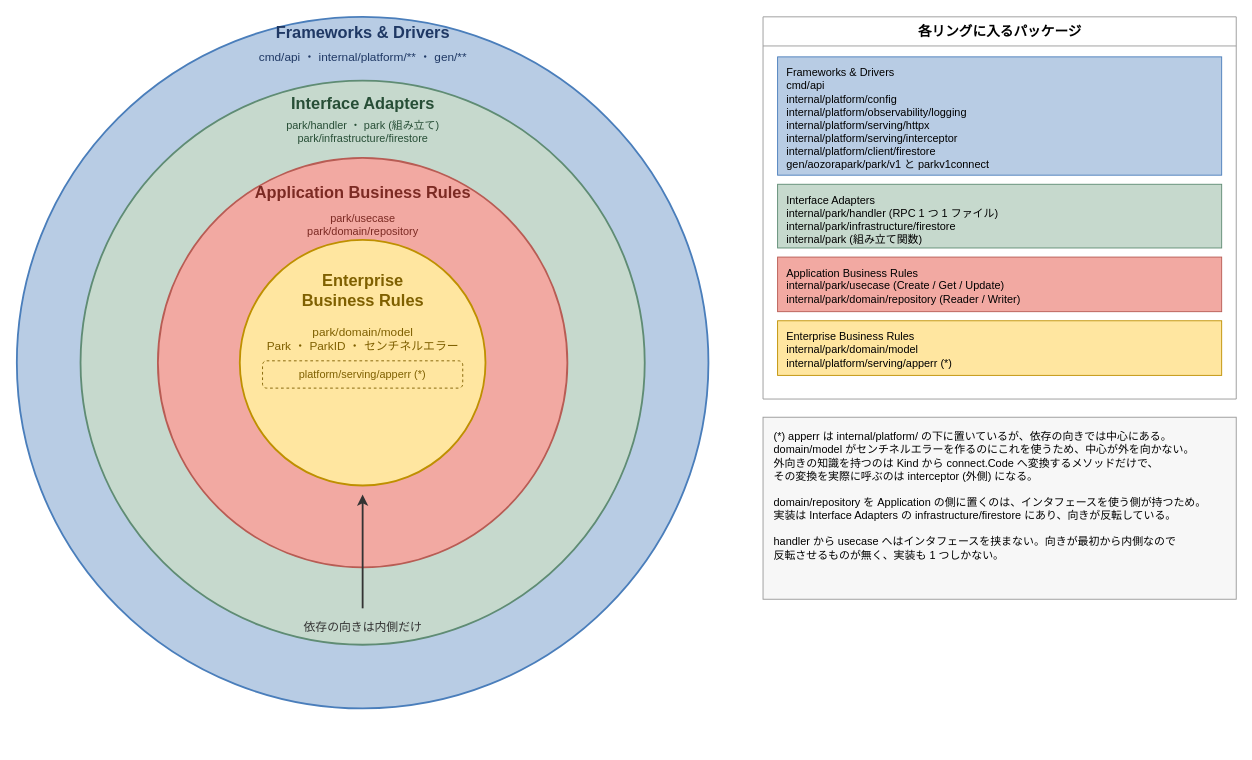
Earlier version of the draw.io diagram docs/backend/packages/images/layers.drawio (tamaco489/aozora-park). Source tidied: cells renumbered, new cells numbered last; positions are measured from the earlier drawing's top-left corner, leaving out a move shared by most shapes. Both pictures are drawn from the tidied source at 91%, with x=0, y=0 at pixel (16, 16).
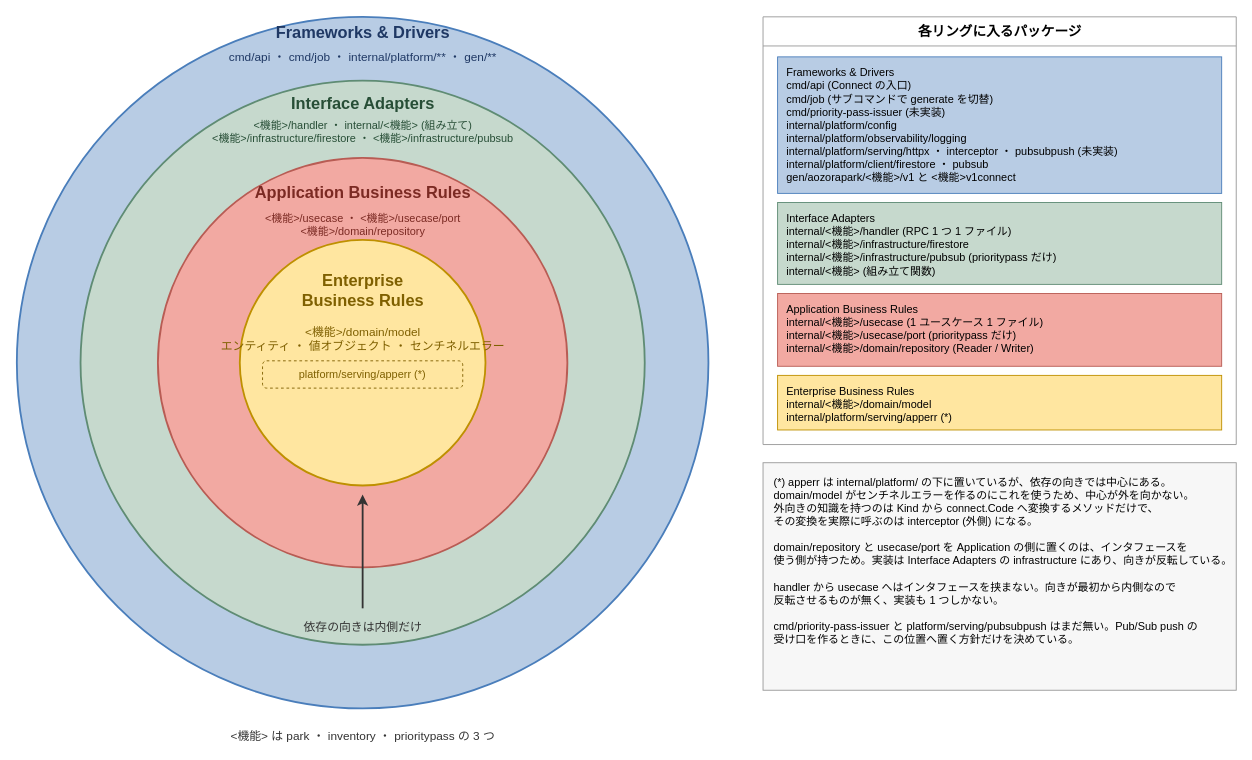
The same diagram, later.

Change to the diagram source:
```diff
@@
-    <mxCell id="7" value="cmd/api ・ internal/platform/** ・ gen/**" style="text;html=1;align=center;verticalAlign=middle;fontSize=13;fontColor=#1f3864;" parent="1" vertex="1">
-      <mxGeometry x="220" y="34" width="320" height="20" as="geometry" />
+    <mxCell id="7" value="cmd/api ・ cmd/job ・ internal/platform/** ・ gen/**" style="text;html=1;align=center;verticalAlign=middle;fontSize=13;fontColor=#1f3864;" parent="1" vertex="1">
+      <mxGeometry x="200" y="34" width="360" height="20" as="geometry" />
     </mxCell>
@@
-    <mxCell id="9" value="park/handler ・ park (組み立て)&#10;park/infrastructure/firestore" style="text;html=1;align=center;verticalAlign=top;fontSize=12;fontColor=#274e36;spacingTop=0;" parent="1" vertex="1">
-      <mxGeometry x="210" y="106" width="340" height="42" as="geometry" />
+    <mxCell id="9" value="&lt;機能&gt;/handler ・ internal/&lt;機能&gt; (組み立て)&#10;&lt;機能&gt;/infrastructure/firestore ・ &lt;機能&gt;/infrastructure/pubsub" style="text;html=1;align=center;verticalAlign=top;fontSize=12;fontColor=#274e36;spacingTop=0;" parent="1" vertex="1">
+      <mxGeometry x="170" y="106" width="420" height="42" as="geometry" />
     </mxCell>
@@
-    <mxCell id="11" value="park/usecase&#10;park/domain/repository" style="text;html=1;align=center;verticalAlign=top;fontSize=12;fontColor=#7b2a23;" parent="1" vertex="1">
+    <mxCell id="11" value="&lt;機能&gt;/usecase ・ &lt;機能&gt;/usecase/port&#10;&lt;機能&gt;/domain/repository" style="text;html=1;align=center;verticalAlign=top;fontSize=12;fontColor=#7b2a23;" parent="1" vertex="1">
       <mxGeometry x="200" y="208" width="360" height="36" as="geometry" />
     </mxCell>
@@
-    <mxCell id="13" value="park/domain/model&#10;Park ・ ParkID ・ センチネルエラー" style="text;html=1;align=center;verticalAlign=top;fontSize=13;fontColor=#7f6000;" parent="1" vertex="1">
-      <mxGeometry x="245" y="332" width="270" height="38" as="geometry" />
+    <mxCell id="13" value="&lt;機能&gt;/domain/model&#10;エンティティ ・ 値オブジェクト ・ センチネルエラー" style="text;html=1;align=center;verticalAlign=top;fontSize=13;fontColor=#7f6000;" parent="1" vertex="1">
+      <mxGeometry x="235" y="332" width="290" height="38" as="geometry" />
     </mxCell>
@@
+    <mxCell id="23" value="&lt;機能&gt; は park ・ inventory ・ prioritypass の 3 つ" style="text;html=1;align=center;verticalAlign=middle;fontSize=13;fontColor=#333333;" parent="1" vertex="1">
+      <mxGeometry x="200" y="780" width="360" height="20" as="geometry" />
+    </mxCell>
     <mxCell id="17" value="各リングに入るパッケージ" style="swimlane;html=1;startSize=32;fillColor=#ffffff;strokeColor=#999999;fontSize=15;fontStyle=1;align=center;" parent="1" vertex="1">
-      <mxGeometry x="820" width="520" height="420" as="geometry" />
+      <mxGeometry x="820" width="520" height="470" as="geometry" />
     </mxCell>
-    <mxCell id="18" value="Frameworks &amp; Drivers&#10;cmd/api&#10;internal/platform/config&#10;internal/platform/observability/logging&#10;internal/platform/serving/httpx&#10;internal/platform/serving/interceptor&#10;internal/platform/client/firestore&#10;gen/aozorapark/park/v1 と parkv1connect" style="text;html=1;align=left;verticalAlign=top;fontSize=12;fillColor=#b8cce4;strokeColor=#4a7ebb;spacingLeft=8;spacingTop=4;" parent="17" vertex="1">
-      <mxGeometry x="16" y="44" width="488" height="130" as="geometry" />
+    <mxCell id="18" value="Frameworks &amp; Drivers&#10;cmd/api (Connect の入口)&#10;cmd/job (サブコマンドで generate を切替)&#10;cmd/priority-pass-issuer (未実装)&#10;internal/platform/config&#10;internal/platform/observability/logging&#10;internal/platform/serving/httpx ・ interceptor ・ pubsubpush (未実装)&#10;internal/platform/client/firestore ・ pubsub&#10;gen/aozorapark/&lt;機能&gt;/v1 と &lt;機能&gt;v1connect" style="text;html=1;align=left;verticalAlign=top;fontSize=12;fillColor=#b8cce4;strokeColor=#4a7ebb;spacingLeft=8;spacingTop=4;" parent="17" vertex="1">
+      <mxGeometry x="16" y="44" width="488" height="150" as="geometry" />
     </mxCell>
-    <mxCell id="19" value="Interface Adapters&#10;internal/park/handler (RPC 1 つ 1 ファイル)&#10;internal/park/infrastructure/firestore&#10;internal/park (組み立て関数)" style="text;html=1;align=left;verticalAlign=top;fontSize=12;fillColor=#c6d9cd;strokeColor=#5f8c74;spacingLeft=8;spacingTop=4;" parent="17" vertex="1">
-      <mxGeometry x="16" y="184" width="488" height="70" as="geometry" />
+    <mxCell id="19" value="Interface Adapters&#10;internal/&lt;機能&gt;/handler (RPC 1 つ 1 ファイル)&#10;internal/&lt;機能&gt;/infrastructure/firestore&#10;internal/&lt;機能&gt;/infrastructure/pubsub (prioritypass だけ)&#10;internal/&lt;機能&gt; (組み立て関数)" style="text;html=1;align=left;verticalAlign=top;fontSize=12;fillColor=#c6d9cd;strokeColor=#5f8c74;spacingLeft=8;spacingTop=4;" parent="17" vertex="1">
+      <mxGeometry x="16" y="204" width="488" height="90" as="geometry" />
     </mxCell>
-    <mxCell id="20" value="Application Business Rules&#10;internal/park/usecase (Create / Get / Update)&#10;internal/park/domain/repository (Reader / Writer)" style="text;html=1;align=left;verticalAlign=top;fontSize=12;fillColor=#f2a9a2;strokeColor=#b85c54;spacingLeft=8;spacingTop=4;" parent="17" vertex="1">
-      <mxGeometry x="16" y="264" width="488" height="60" as="geometry" />
+    <mxCell id="20" value="Application Business Rules&#10;internal/&lt;機能&gt;/usecase (1 ユースケース 1 ファイル)&#10;internal/&lt;機能&gt;/usecase/port (prioritypass だけ)&#10;internal/&lt;機能&gt;/domain/repository (Reader / Writer)" style="text;html=1;align=left;verticalAlign=top;fontSize=12;fillColor=#f2a9a2;strokeColor=#b85c54;spacingLeft=8;spacingTop=4;" parent="17" vertex="1">
+      <mxGeometry x="16" y="304" width="488" height="80" as="geometry" />
     </mxCell>
-    <mxCell id="21" value="Enterprise Business Rules&#10;internal/park/domain/model&#10;internal/platform/serving/apperr (*)" style="text;html=1;align=left;verticalAlign=top;fontSize=12;fillColor=#ffe6a0;strokeColor=#bf9000;spacingLeft=8;spacingTop=4;" parent="17" vertex="1">
-      <mxGeometry x="16" y="334" width="488" height="60" as="geometry" />
+    <mxCell id="21" value="Enterprise Business Rules&#10;internal/&lt;機能&gt;/domain/model&#10;internal/platform/serving/apperr (*)" style="text;html=1;align=left;verticalAlign=top;fontSize=12;fillColor=#ffe6a0;strokeColor=#bf9000;spacingLeft=8;spacingTop=4;" parent="17" vertex="1">
+      <mxGeometry x="16" y="394" width="488" height="60" as="geometry" />
     </mxCell>
-    <mxCell id="22" value="(*) apperr は internal/platform/ の下に置いているが、依存の向きでは中心にある。&#10;domain/model がセンチネルエラーを作るのにこれを使うため、中心が外を向かない。&#10;外向きの知識を持つのは Kind から connect.Code へ変換するメソッドだけで、&#10;その変換を実際に呼ぶのは interceptor (外側) になる。&#10;&#10;domain/repository を Application の側に置くのは、インタフェースを使う側が持つため。&#10;実装は Interface Adapters の infrastructure/firestore にあり、向きが反転している。&#10;&#10;handler から usecase へはインタフェースを挟まない。向きが最初から内側なので&#10;反転させるものが無く、実装も 1 つしかない。" style="text;html=1;align=left;verticalAlign=top;fontSize=12;fillColor=#f7f7f7;strokeColor=#999999;spacingLeft=10;spacingTop=8;" parent="1" vertex="1">
-      <mxGeometry x="820" y="440" width="520" height="200" as="geometry" />
+    <mxCell id="22" value="(*) apperr は internal/platform/ の下に置いているが、依存の向きでは中心にある。&#10;domain/model がセンチネルエラーを作るのにこれを使うため、中心が外を向かない。&#10;外向きの知識を持つのは Kind から connect.Code へ変換するメソッドだけで、&#10;その変換を実際に呼ぶのは interceptor (外側) になる。&#10;&#10;domain/repository と usecase/port を Application の側に置くのは、インタフェースを&#10;使う側が持つため。実装は Interface Adapters の infrastructure にあり、向きが反転している。&#10;&#10;handler から usecase へはインタフェースを挟まない。向きが最初から内側なので&#10;反転させるものが無く、実装も 1 つしかない。&#10;&#10;cmd/priority-pass-issuer と platform/serving/pubsubpush はまだ無い。Pub/Sub push の&#10;受け口を作るときに、この位置へ置く方針だけを決めている。" style="text;html=1;align=left;verticalAlign=top;fontSize=12;fillColor=#f7f7f7;strokeColor=#999999;spacingLeft=10;spacingTop=8;" parent="1" vertex="1">
+      <mxGeometry x="820" y="490" width="520" height="250" as="geometry" />
     </mxCell>
```
